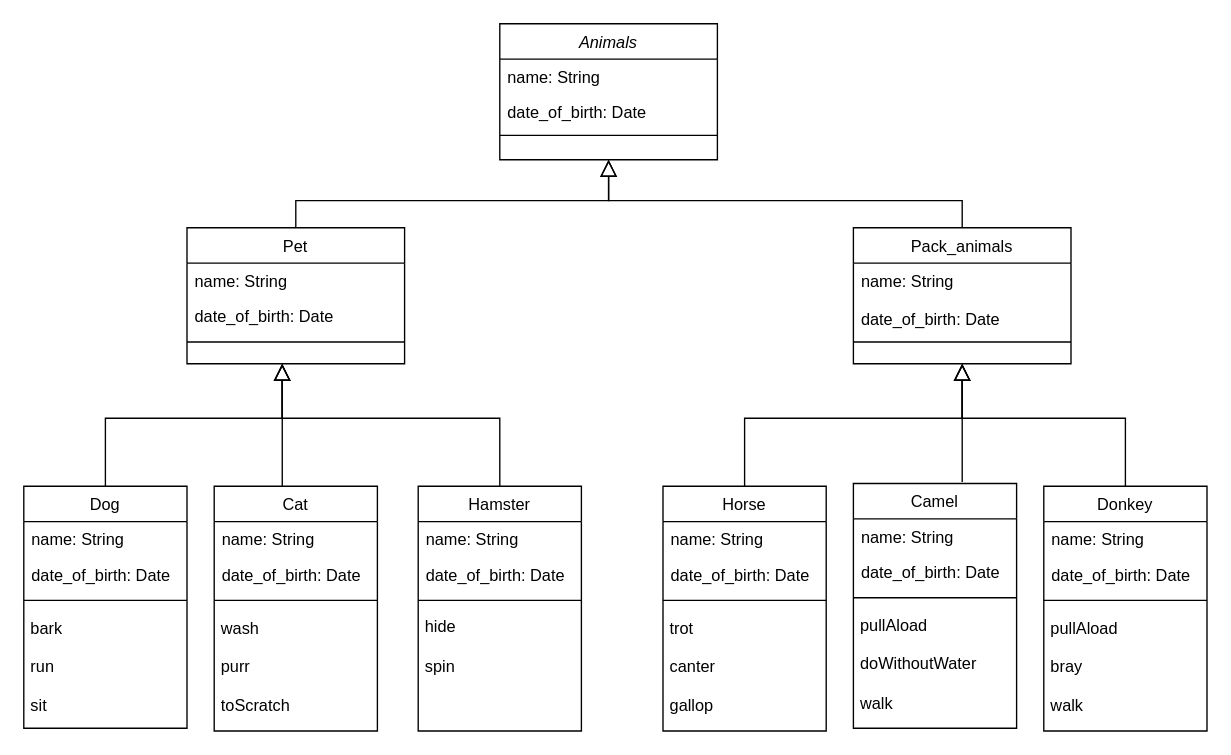
The draw.io diagram human_friends.drawio in trimming/Final_test, before the edit. Source tidied: cells renumbered, new cells numbered last; positions are measured from the earlier drawing's top-left corner, leaving out a move shared by most shapes. Both pictures are drawn from the tidied source at 136%, with x=0, y=0 at pixel (23, 23).
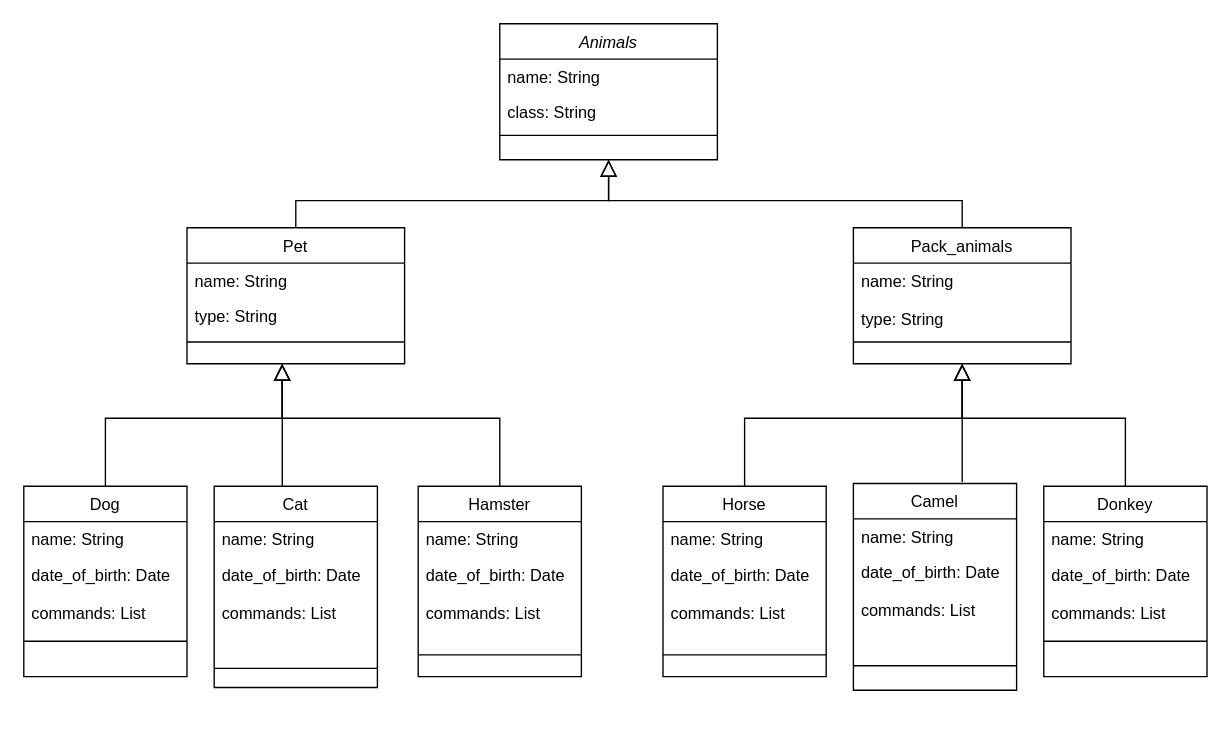
The same diagram, later.

Unchanged cells that the change refers to:
```xml
<mxCell id="2" value="Animals" style="swimlane;fontStyle=2;align=center;verticalAlign=top;horizontal=1;startSize=26;rounded=0;shadow=0;strokeWidth=1;" parent="1" vertex="1">
  <mxGeometry x="350" width="160" height="100" as="geometry" />
</mxCell>
<mxCell id="6" value="Pet" style="swimlane;fontStyle=0;align=center;verticalAlign=top;horizontal=1;startSize=26;rounded=0;shadow=0;strokeWidth=1;" parent="1" vertex="1">
  <mxGeometry x="120" y="150" width="160" height="100" as="geometry" />
</mxCell>
<mxCell id="11" value="Pack_animals" style="swimlane;fontStyle=0;align=center;verticalAlign=top;horizontal=1;startSize=26;rounded=0;shadow=0;strokeWidth=1;" parent="1" vertex="1">
  <mxGeometry x="610" y="150" width="160" height="100" as="geometry" />
</mxCell>
```

Change to the diagram source:
```diff
@@
-    <mxCell id="4" value="date_of_birth: Date" style="text;align=left;verticalAlign=top;spacingLeft=4;spacingRight=4;overflow=hidden;rounded=0;shadow=0;html=0;" parent="2" vertex="1">
+    <mxCell id="4" value="class: String" style="text;align=left;verticalAlign=top;spacingLeft=4;spacingRight=4;overflow=hidden;rounded=0;shadow=0;html=0;" parent="2" vertex="1">
       <mxGeometry y="52" width="160" height="26" as="geometry" />
     </mxCell>
@@
-    <mxCell id="8" value="date_of_birth: Date" style="text;align=left;verticalAlign=top;spacingLeft=4;spacingRight=4;overflow=hidden;rounded=0;shadow=0;html=0;" parent="6" vertex="1">
+    <mxCell id="8" value="type: String" style="text;align=left;verticalAlign=top;spacingLeft=4;spacingRight=4;overflow=hidden;rounded=0;shadow=0;html=0;" parent="6" vertex="1">
       <mxGeometry y="52" width="160" height="28" as="geometry" />
     </mxCell>
@@
-    <mxCell id="12" value="name: String&#10;&#10;date_of_birth: Date" style="text;align=left;verticalAlign=top;spacingLeft=4;spacingRight=4;overflow=hidden;" parent="11" vertex="1">
+    <mxCell id="12" value="name: String&#10;&#10;type: String" style="text;align=left;verticalAlign=top;spacingLeft=4;spacingRight=4;overflow=hidden;" parent="11" vertex="1">
       <mxGeometry y="26" width="160" height="54" as="geometry" />
     </mxCell>
@@
     <mxCell id="15" value="Dog" style="swimlane;fontStyle=0;align=center;verticalAlign=top;horizontal=1;startSize=26;rounded=0;shadow=0;strokeWidth=1;" parent="1" vertex="1">
-      <mxGeometry y="340" width="120" height="178" as="geometry" />
+      <mxGeometry y="340" width="120" height="140" as="geometry" />
     </mxCell>
@@
-    <mxCell id="17" value="date_of_birth: Date" style="text;align=left;verticalAlign=top;spacingLeft=4;spacingRight=4;overflow=hidden;rounded=0;shadow=0;html=0;" parent="15" vertex="1">
-      <mxGeometry y="52" width="120" height="28" as="geometry" />
+    <mxCell id="17" value="date_of_birth: Date&#10;&#10;commands: List" style="text;align=left;verticalAlign=top;spacingLeft=4;spacingRight=4;overflow=hidden;rounded=0;shadow=0;html=0;" parent="15" vertex="1">
+      <mxGeometry y="52" width="120" height="58" as="geometry" />
     </mxCell>
     <mxCell id="18" style="line;html=1;strokeWidth=1;align=left;verticalAlign=middle;spacingTop=-1;spacingLeft=3;spacingRight=3;labelPosition=right;" parent="15" vertex="1">
-      <mxGeometry y="80" width="120" height="8" as="geometry" />
+      <mxGeometry y="110" width="120" height="8" as="geometry" />
     </mxCell>
-    <mxCell id="19" value="&amp;nbsp;bark&lt;br&gt;&lt;br&gt;&amp;nbsp;run&lt;br&gt;&lt;br&gt;&amp;nbsp;sit" style="text;html=1;align=left;verticalAlign=middle;strokeColor=none;fillColor=none;" parent="15" vertex="1">
-      <mxGeometry y="88" width="120" height="90" as="geometry" />
-    </mxCell>
     <mxCell id="20" value="Cat" style="swimlane;fontStyle=0;align=center;verticalAlign=top;horizontal=1;startSize=26;rounded=0;shadow=0;strokeWidth=1;" parent="1" vertex="1">
-      <mxGeometry x="140" y="340" width="120" height="180" as="geometry" />
+      <mxGeometry x="140" y="340" width="120" height="148" as="geometry" />
     </mxCell>
@@
-    <mxCell id="22" value="date_of_birth: Date" style="text;align=left;verticalAlign=top;spacingLeft=4;spacingRight=4;overflow=hidden;rounded=0;shadow=0;html=0;" parent="20" vertex="1">
-      <mxGeometry y="52" width="120" height="28" as="geometry" />
+    <mxCell id="22" value="date_of_birth: Date&#10;&#10;commands: List&#10;" style="text;align=left;verticalAlign=top;spacingLeft=4;spacingRight=4;overflow=hidden;rounded=0;shadow=0;html=0;" parent="20" vertex="1">
+      <mxGeometry y="52" width="120" height="68" as="geometry" />
     </mxCell>
     <mxCell id="23" style="line;html=1;strokeWidth=1;align=left;verticalAlign=middle;spacingTop=-1;spacingLeft=3;spacingRight=3;labelPosition=right;" parent="20" vertex="1">
-      <mxGeometry y="80" width="120" height="8" as="geometry" />
+      <mxGeometry y="120" width="120" height="28" as="geometry" />
     </mxCell>
-    <mxCell id="24" value="&amp;nbsp;wash&lt;br&gt;&lt;br&gt;&amp;nbsp;purr&lt;br&gt;&lt;br&gt;&amp;nbsp;toScratch" style="text;html=1;align=left;verticalAlign=middle;strokeColor=none;fillColor=none;" parent="20" vertex="1">
-      <mxGeometry y="88" width="120" height="90" as="geometry" />
-    </mxCell>
     <mxCell id="25" value="Hamster" style="swimlane;fontStyle=0;align=center;verticalAlign=top;horizontal=1;startSize=26;rounded=0;shadow=0;strokeWidth=1;" parent="1" vertex="1">
-      <mxGeometry x="290" y="340" width="120" height="180" as="geometry" />
+      <mxGeometry x="290" y="340" width="120" height="140" as="geometry" />
     </mxCell>
@@
-    <mxCell id="27" value="date_of_birth: Date" style="text;align=left;verticalAlign=top;spacingLeft=4;spacingRight=4;overflow=hidden;rounded=0;shadow=0;html=0;" parent="25" vertex="1">
-      <mxGeometry y="52" width="120" height="28" as="geometry" />
+    <mxCell id="27" value="date_of_birth: Date&#10;&#10;commands: List" style="text;align=left;verticalAlign=top;spacingLeft=4;spacingRight=4;overflow=hidden;rounded=0;shadow=0;html=0;" parent="25" vertex="1">
+      <mxGeometry y="52" width="120" height="68" as="geometry" />
     </mxCell>
     <mxCell id="28" style="line;html=1;strokeWidth=1;align=left;verticalAlign=middle;spacingTop=-1;spacingLeft=3;spacingRight=3;labelPosition=right;" parent="25" vertex="1">
-      <mxGeometry y="80" width="120" height="8" as="geometry" />
+      <mxGeometry y="120" width="120" height="8" as="geometry" />
     </mxCell>
-    <mxCell id="29" value="&amp;nbsp;hide&lt;br&gt;&lt;br&gt;&amp;nbsp;spin" style="text;html=1;align=left;verticalAlign=middle;strokeColor=none;fillColor=none;" parent="25" vertex="1">
-      <mxGeometry y="88" width="120" height="60" as="geometry" />
-    </mxCell>
     <mxCell id="30" value="Horse" style="swimlane;fontStyle=0;align=center;verticalAlign=top;horizontal=1;startSize=26;rounded=0;shadow=0;strokeWidth=1;" parent="1" vertex="1">
-      <mxGeometry x="470" y="340" width="120" height="180" as="geometry" />
+      <mxGeometry x="470" y="340" width="120" height="140" as="geometry" />
     </mxCell>
@@
-    <mxCell id="32" value="date_of_birth: Date" style="text;align=left;verticalAlign=top;spacingLeft=4;spacingRight=4;overflow=hidden;rounded=0;shadow=0;html=0;" parent="30" vertex="1">
-      <mxGeometry y="52" width="120" height="28" as="geometry" />
+    <mxCell id="32" value="date_of_birth: Date&#10;&#10;commands: List" style="text;align=left;verticalAlign=top;spacingLeft=4;spacingRight=4;overflow=hidden;rounded=0;shadow=0;html=0;" parent="30" vertex="1">
+      <mxGeometry y="52" width="120" height="68" as="geometry" />
     </mxCell>
     <mxCell id="33" style="line;html=1;strokeWidth=1;align=left;verticalAlign=middle;spacingTop=-1;spacingLeft=3;spacingRight=3;labelPosition=right;" parent="30" vertex="1">
-      <mxGeometry y="80" width="120" height="8" as="geometry" />
+      <mxGeometry y="120" width="120" height="8" as="geometry" />
     </mxCell>
-    <mxCell id="34" value="&amp;nbsp;trot&lt;br&gt;&lt;br&gt;&amp;nbsp;canter&lt;br&gt;&lt;br&gt;&amp;nbsp;gallop" style="text;html=1;align=left;verticalAlign=middle;strokeColor=none;fillColor=none;" parent="30" vertex="1">
-      <mxGeometry y="88" width="120" height="90" as="geometry" />
-    </mxCell>
     <mxCell id="35" value="Camel" style="swimlane;fontStyle=0;align=center;verticalAlign=top;horizontal=1;startSize=26;rounded=0;shadow=0;strokeWidth=1;" parent="1" vertex="1">
-      <mxGeometry x="610" y="338" width="120" height="180" as="geometry" />
+      <mxGeometry x="610" y="338" width="120" height="152" as="geometry" />
     </mxCell>
@@
-    <mxCell id="37" value="date_of_birth: Date" style="text;align=left;verticalAlign=top;spacingLeft=4;spacingRight=4;overflow=hidden;rounded=0;shadow=0;html=0;" parent="35" vertex="1">
-      <mxGeometry y="52" width="120" height="28" as="geometry" />
+    <mxCell id="37" value="date_of_birth: Date&#10;&#10;commands: List" style="text;align=left;verticalAlign=top;spacingLeft=4;spacingRight=4;overflow=hidden;rounded=0;shadow=0;html=0;" parent="35" vertex="1">
+      <mxGeometry y="52" width="120" height="78" as="geometry" />
     </mxCell>
     <mxCell id="38" style="line;html=1;strokeWidth=1;align=left;verticalAlign=middle;spacingTop=-1;spacingLeft=3;spacingRight=3;labelPosition=right;" parent="35" vertex="1">
-      <mxGeometry y="80" width="120" height="8" as="geometry" />
+      <mxGeometry y="130" width="120" height="8" as="geometry" />
     </mxCell>
-    <mxCell id="39" value="&amp;nbsp;pullAload&lt;br&gt;&lt;br&gt;&amp;nbsp;doWithoutWater&lt;br&gt;&lt;br&gt;&amp;nbsp;walk" style="text;html=1;align=left;verticalAlign=middle;strokeColor=none;fillColor=none;" parent="35" vertex="1">
-      <mxGeometry y="88" width="120" height="90" as="geometry" />
-    </mxCell>
     <mxCell id="40" value="Donkey" style="swimlane;fontStyle=0;align=center;verticalAlign=top;horizontal=1;startSize=26;rounded=0;shadow=0;strokeWidth=1;" parent="1" vertex="1">
-      <mxGeometry x="750" y="340" width="120" height="180" as="geometry" />
+      <mxGeometry x="750" y="340" width="120" height="140" as="geometry" />
     </mxCell>
@@
-    <mxCell id="42" value="date_of_birth: Date" style="text;align=left;verticalAlign=top;spacingLeft=4;spacingRight=4;overflow=hidden;rounded=0;shadow=0;html=0;" parent="40" vertex="1">
-      <mxGeometry y="52" width="120" height="28" as="geometry" />
+    <mxCell id="42" value="date_of_birth: Date&#10;&#10;commands: List" style="text;align=left;verticalAlign=top;spacingLeft=4;spacingRight=4;overflow=hidden;rounded=0;shadow=0;html=0;" parent="40" vertex="1">
+      <mxGeometry y="52" width="120" height="58" as="geometry" />
     </mxCell>
     <mxCell id="43" style="line;html=1;strokeWidth=1;align=left;verticalAlign=middle;spacingTop=-1;spacingLeft=3;spacingRight=3;labelPosition=right;" parent="40" vertex="1">
-      <mxGeometry y="80" width="120" height="8" as="geometry" />
+      <mxGeometry y="110" width="120" height="8" as="geometry" />
     </mxCell>
-    <mxCell id="44" value="&amp;nbsp;pullAload&lt;br&gt;&lt;br&gt;&amp;nbsp;bray&lt;br&gt;&lt;br&gt;&amp;nbsp;walk" style="text;html=1;align=left;verticalAlign=middle;strokeColor=none;fillColor=none;" parent="40" vertex="1">
-      <mxGeometry y="88" width="120" height="90" as="geometry" />
-    </mxCell>
```
